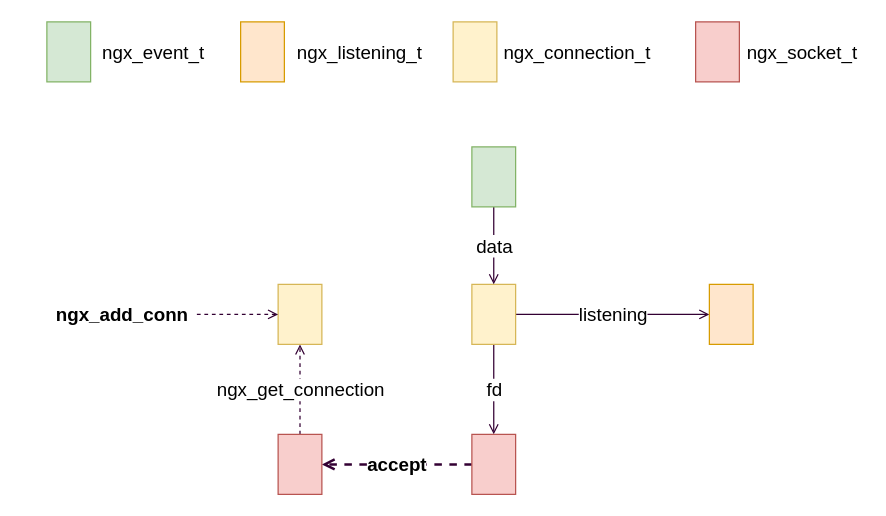
Earlier version of the draw.io diagram page "accept" (4 of 8) of nginx/ngx_connection.drawio (dovics/draw.io). Source tidied: cells renumbered, new cells numbered last; positions are measured from the earlier drawing's top-left corner, leaving out a move shared by most shapes. Both pictures are drawn from the tidied source at 125%, with x=0, y=0 at pixel (46, 21).
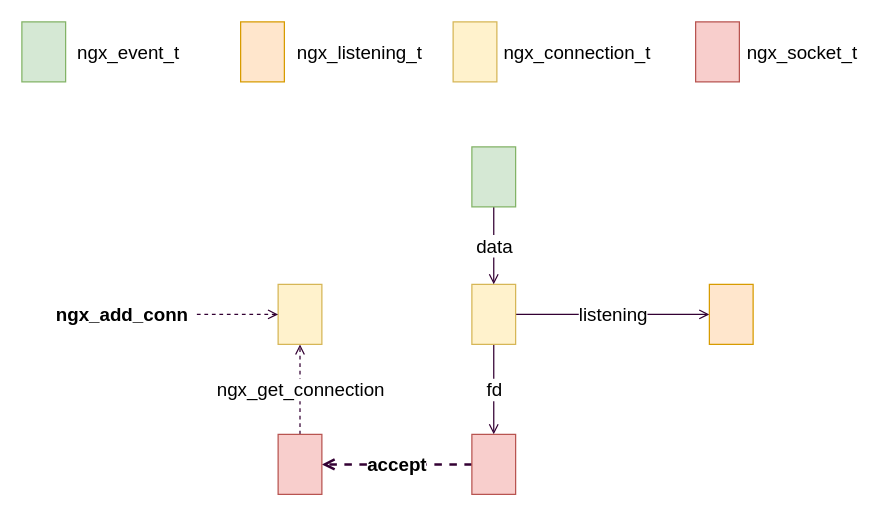
After the change.

The edit, as a diff of the source:
```diff
@@
-    <mxCell id="8" style="rounded=0;whiteSpace=wrap;html=1;strokeWidth=1;fontSize=16;fontFamily=Helvetica;fillColor=#d5e8d4;strokeColor=#82b366;" parent="1" vertex="1">
-      <mxGeometry width="35" height="48" as="geometry" />
-    </mxCell>
-    <mxCell id="9" value="ngx_event_t" style="text;html=1;align=center;verticalAlign=middle;strokeColor=none;fillColor=none;fontSize=15;fontFamily=Helvetica;" parent="1" vertex="1">
-      <mxGeometry x="35" y="14" width="100" height="20" as="geometry" />
-    </mxCell>
@@
+    <mxCell id="23" style="rounded=0;whiteSpace=wrap;html=1;strokeWidth=1;fontSize=16;fontFamily=Helvetica;fillColor=#d5e8d4;strokeColor=#82b366;" parent="1" vertex="1">
+      <mxGeometry x="-20" width="35" height="48" as="geometry" />
+    </mxCell>
+    <mxCell id="9" value="ngx_event_t" style="text;html=1;align=center;verticalAlign=middle;strokeColor=none;fillColor=none;fontSize=15;" parent="1" vertex="1">
+      <mxGeometry x="15" y="14" width="100" height="20" as="geometry" />
+    </mxCell>
```
